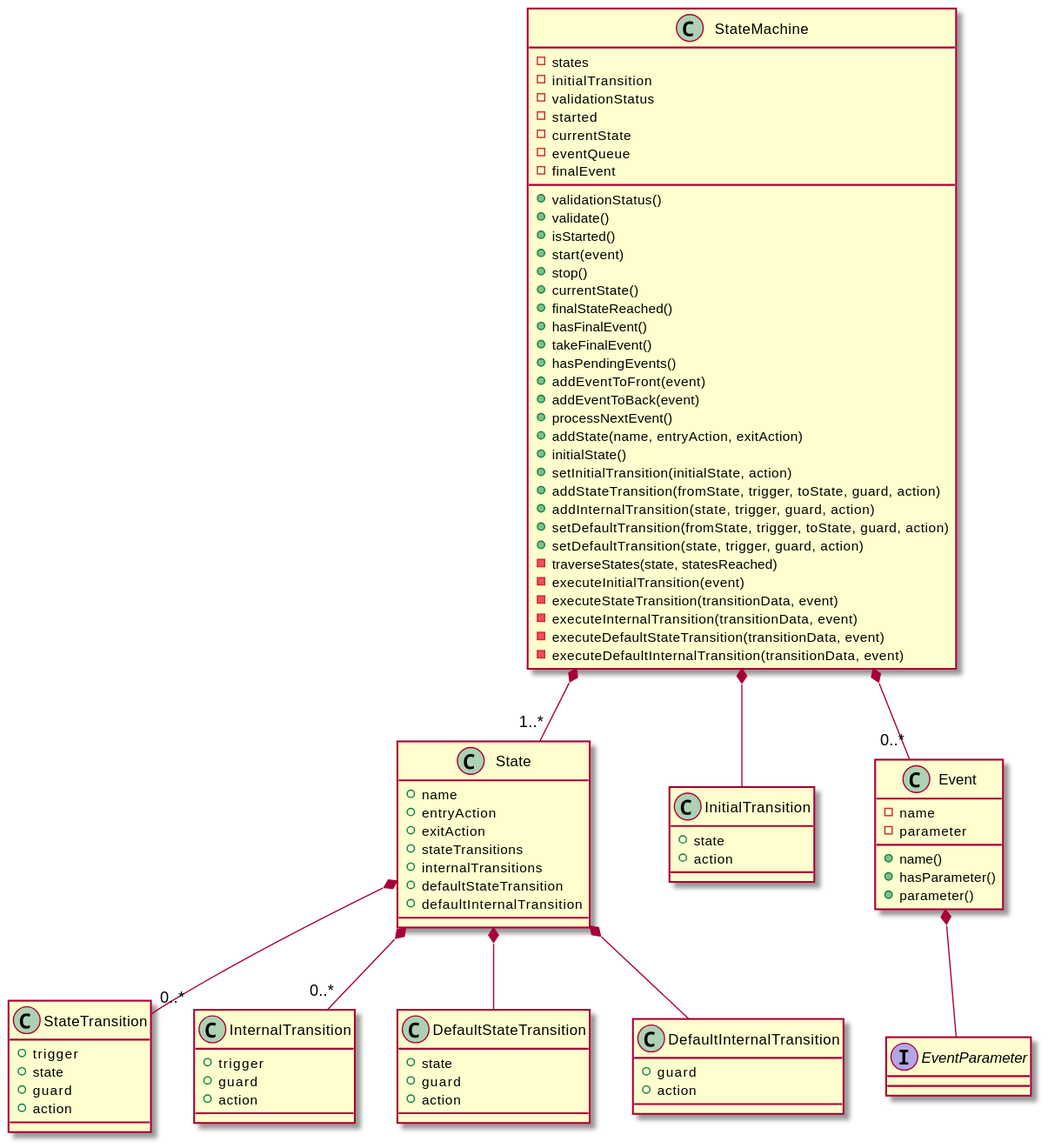
This is docs/Diagrams/ClassDiagrams/StateMachine.svg from djurodrljaca/CppStateMachineFramework, a PlantUML export, as it was before one commit. The source it was exported from:
```plantuml
@startuml StateMachine
StateMachine *-- "1..*" State
StateMachine *-- InitialTransition
StateMachine *-- "0..*" Event

State *-- "0..*" StateTransition
State *-- "0..*" InternalTransition
State *-- DefaultStateTransition
State *-- DefaultInternalTransition

Event *-- EventParameter

class StateMachine {
    -states
    -initialTransition
    -validationStatus
    -started
    -currentState
    -eventQueue
    -finalEvent

    +validationStatus()
    +validate()
    +isStarted()
    +start(event)
    +stop()
    +currentState()
    +finalStateReached()
    +hasFinalEvent()
    +takeFinalEvent()
    +hasPendingEvents()
    +addEventToFront(event)
    +addEventToBack(event)
    +processNextEvent()
    +addState(name, entryAction, exitAction)
    +initialState()
    +setInitialTransition(initialState, action)
    +addStateTransition(fromState, trigger, toState, guard, action)
    +addInternalTransition(state, trigger, guard, action)
    +setDefaultTransition(fromState, trigger, toState, guard, action)
    +setDefaultTransition(state, trigger, guard, action)
    -traverseStates(state, statesReached)
    -executeInitialTransition(event)
    -executeStateTransition(transitionData, event)
    -executeInternalTransition(transitionData, event)
    -executeDefaultStateTransition(transitionData, event)
    -executeDefaultInternalTransition(transitionData, event)
}

class State {
    +name
    +entryAction
    +exitAction
    +stateTransitions
    +internalTransitions
    +defaultStateTransition
    +defaultInternalTransition
}

class InitialTransition {
    +state
    +action
}

class StateTransition {
    +trigger
    +state
    +guard
    +action
}

class InternalTransition {
    +trigger
    +guard
    +action
}

class DefaultStateTransition {
    +state
    +guard
    +action
}

class DefaultInternalTransition {
    +guard
    +action
}

class Event {
    -name
    -parameter

    +name()
    +hasParameter()
    +parameter()
}

interface EventParameter {
}
@enduml
```
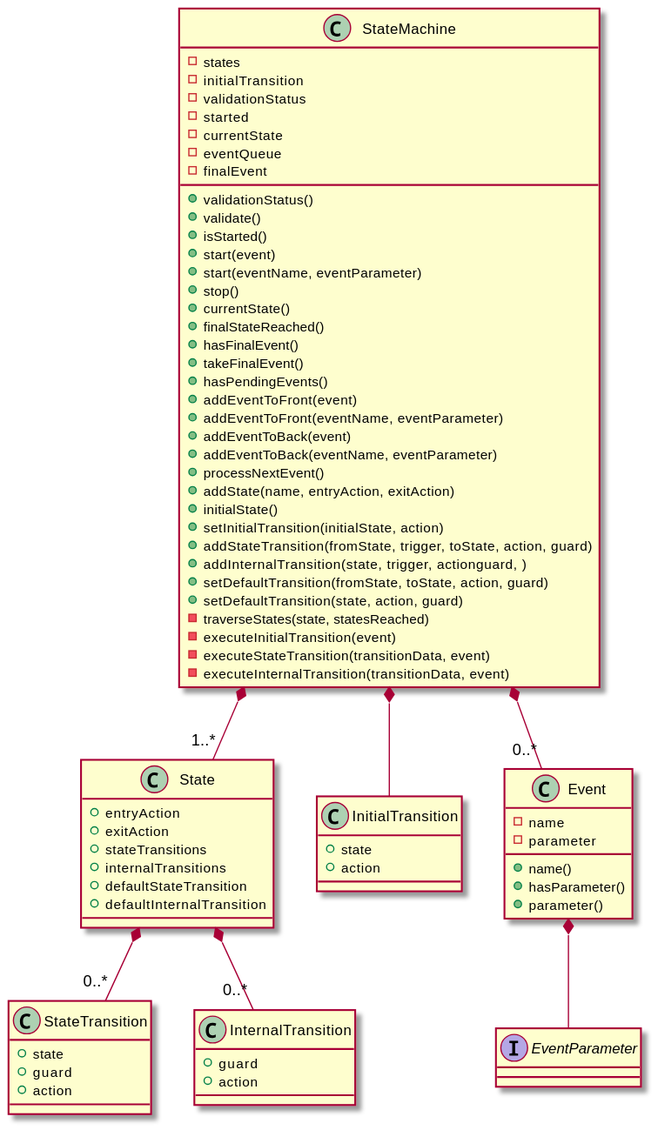
The same diagram one commit later.

What changed in the source:
```diff
@@ -5,8 +5,6 @@
 
 State *-- "0..*" StateTransition
 State *-- "0..*" InternalTransition
-State *-- DefaultStateTransition
-State *-- DefaultInternalTransition
 
 Event *-- EventParameter
 
@@ -23,6 +21,7 @@
     +validate()
     +isStarted()
     +start(event)
+    +start(eventName, eventParameter)
     +stop()
     +currentState()
     +finalStateReached()
@@ -30,25 +29,24 @@
     +takeFinalEvent()
     +hasPendingEvents()
     +addEventToFront(event)
+    +addEventToFront(eventName, eventParameter)
     +addEventToBack(event)
+    +addEventToBack(eventName, eventParameter)
     +processNextEvent()
     +addState(name, entryAction, exitAction)
     +initialState()
     +setInitialTransition(initialState, action)
-    +addStateTransition(fromState, trigger, toState, guard, action)
-    +addInternalTransition(state, trigger, guard, action)
-    +setDefaultTransition(fromState, trigger, toState, guard, action)
-    +setDefaultTransition(state, trigger, guard, action)
+    +addStateTransition(fromState, trigger, toState, action, guard)
+    +addInternalTransition(state, trigger, actionguard, )
+    +setDefaultTransition(fromState, toState, action, guard)
+    +setDefaultTransition(state, action, guard)
     -traverseStates(state, statesReached)
     -executeInitialTransition(event)
     -executeStateTransition(transitionData, event)
     -executeInternalTransition(transitionData, event)
-    -executeDefaultStateTransition(transitionData, event)
-    -executeDefaultInternalTransition(transitionData, event)
 }
 
 class State {
-    +name
     +entryAction
     +exitAction
     +stateTransitions
@@ -63,25 +61,12 @@
 }
 
 class StateTransition {
-    +trigger
     +state
     +guard
     +action
 }
 
 class InternalTransition {
-    +trigger
-    +guard
-    +action
-}
-
-class DefaultStateTransition {
-    +state
-    +guard
-    +action
-}
-
-class DefaultInternalTransition {
     +guard
     +action
 }
```
